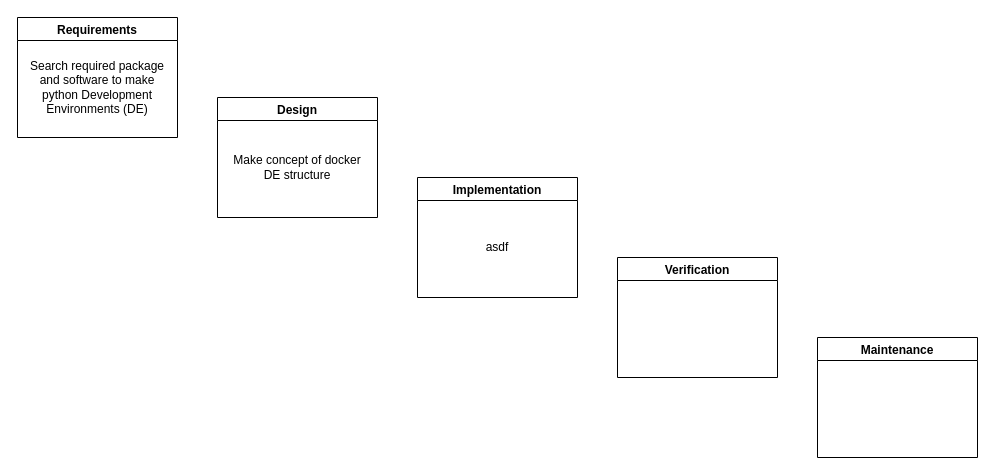
Before: Anaconda_Python_Docker_Environment/Setup_Anaconda_Python_Docker_Process/graph_water_fall.drawio in seycho/Diagrams_Open_File, a draw.io diagram. Source tidied: cells renumbered, new cells numbered last; positions are measured from the earlier drawing's top-left corner, leaving out a move shared by most shapes. Both pictures are drawn from the tidied source at 100%, with x=0, y=0 at pixel (17, 17).
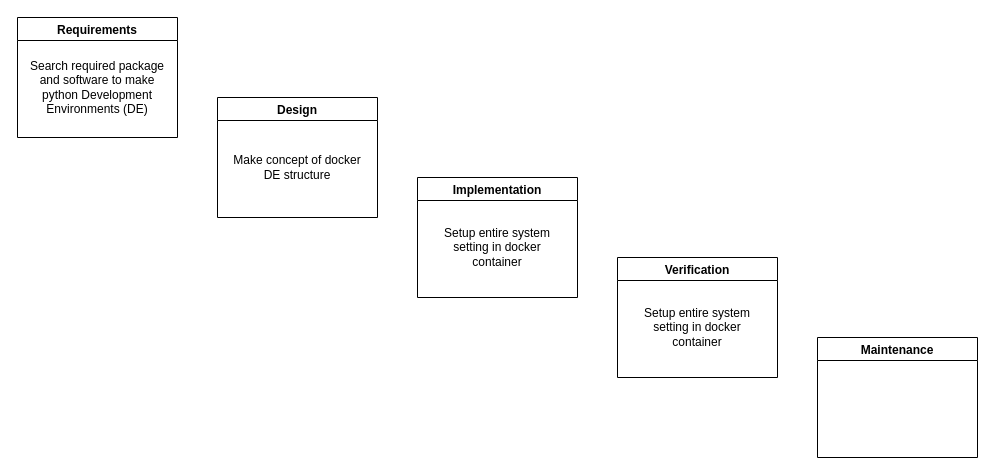
The same page after the edit.

The edit, as a diff of the source:
```diff
@@
 <mxGraphModel>
   <root>
     <mxCell id="0" />
     <mxCell id="1" parent="0" />
     <mxCell id="2" value="Requirements" style="swimlane;" parent="1" vertex="1">
       <mxGeometry width="160" height="120" as="geometry" />
     </mxCell>
     <mxCell id="3" value="Search required package and software to make python Development Environments (DE)" style="text;html=1;strokeColor=none;fillColor=none;align=center;verticalAlign=middle;whiteSpace=wrap;rounded=0;" parent="2" vertex="1">
       <mxGeometry x="10" y="30" width="140" height="80" as="geometry" />
     </mxCell>
     <mxCell id="4" value="Design" style="swimlane;" parent="1" vertex="1">
       <mxGeometry x="200" y="80" width="160" height="120" as="geometry" />
     </mxCell>
     <mxCell id="5" value="Make concept of docker DE structure" style="rounded=0;whiteSpace=wrap;html=1;fillColor=none;strokeColor=none;" parent="4" vertex="1">
       <mxGeometry x="10" y="30" width="140" height="80" as="geometry" />
     </mxCell>
     <mxCell id="6" value="Implementation" style="swimlane;" parent="1" vertex="1">
       <mxGeometry x="400" y="160" width="160" height="120" as="geometry" />
     </mxCell>
-    <mxCell id="7" value="asdf" style="rounded=0;whiteSpace=wrap;html=1;fillColor=none;strokeColor=none;" parent="6" vertex="1">
+    <mxCell id="7" value="Setup entire system setting in docker container" style="rounded=0;whiteSpace=wrap;html=1;fillColor=none;strokeColor=none;" parent="6" vertex="1">
       <mxGeometry x="10" y="30" width="140" height="80" as="geometry" />
     </mxCell>
     <mxCell id="8" value="Verification" style="swimlane;" parent="1" vertex="1">
       <mxGeometry x="600" y="240" width="160" height="120" as="geometry" />
     </mxCell>
+    <mxCell id="10" value="Setup entire system setting in docker container" style="rounded=0;whiteSpace=wrap;html=1;fillColor=none;strokeColor=none;" parent="8" vertex="1">
+      <mxGeometry x="10" y="30" width="140" height="80" as="geometry" />
+    </mxCell>
     <mxCell id="9" value="Maintenance" style="swimlane;" parent="1" vertex="1">
       <mxGeometry x="800" y="320" width="160" height="120" as="geometry" />
     </mxCell>
   </root>
 </mxGraphModel>
```
